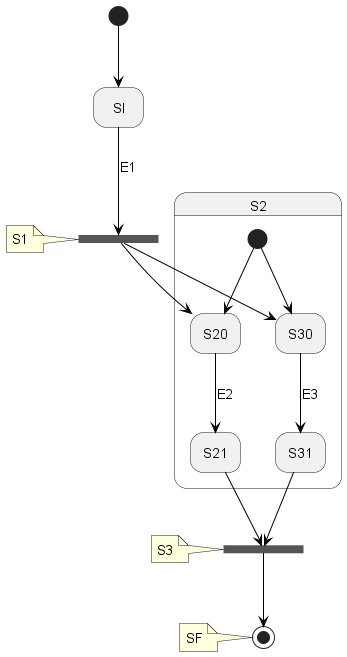
This is spring-statemachine-uml/src/test/resources/org/springframework/statemachine/uml/simple-forkjoin.png from spring-projects/spring-statemachine, a PlantUML export, as it was before one commit. Source of this version:
```plantuml
@startuml

hide empty description

state S1 <<fork>>
note left of S1 : S1
state S2  {
  state S20
  state S21


  [*] -[#000000]-> S20
  state S30
  state S31


  [*] -[#000000]-> S30
}
state S3 <<join>>
note left of S3 : S3
state SF <<end>>
note left of SF : SF
state SI


S1 -down[#000000]-> S20

S1 -down[#000000]-> S30

[*] -[#000000]-> SI
S20 -down[#000000]-> S21 : E2
S30 -down[#000000]-> S31 : E3
SI -down[#000000]-> S1 : E1
S31 -down[#000000]-> S3
S21 -down[#000000]-> S3
S3 -down[#000000]-> SF

@enduml
```
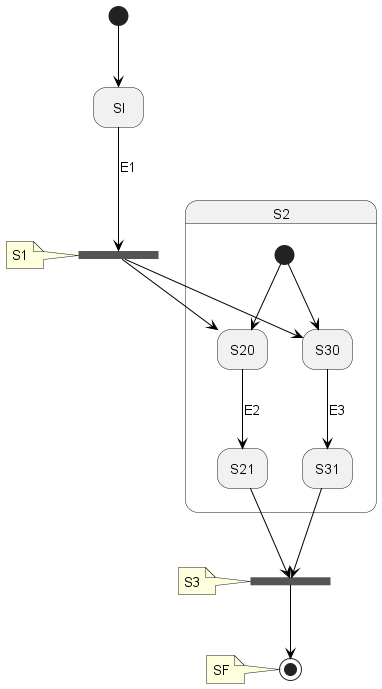
The same diagram one commit later.

Change to the diagram source:
```diff
@@ -35,4 +35,6 @@
 S21 -down[#000000]-> S3
 S3 -down[#000000]-> SF
 
+S1 -right[hidden]-> S2
+
 @enduml
```
